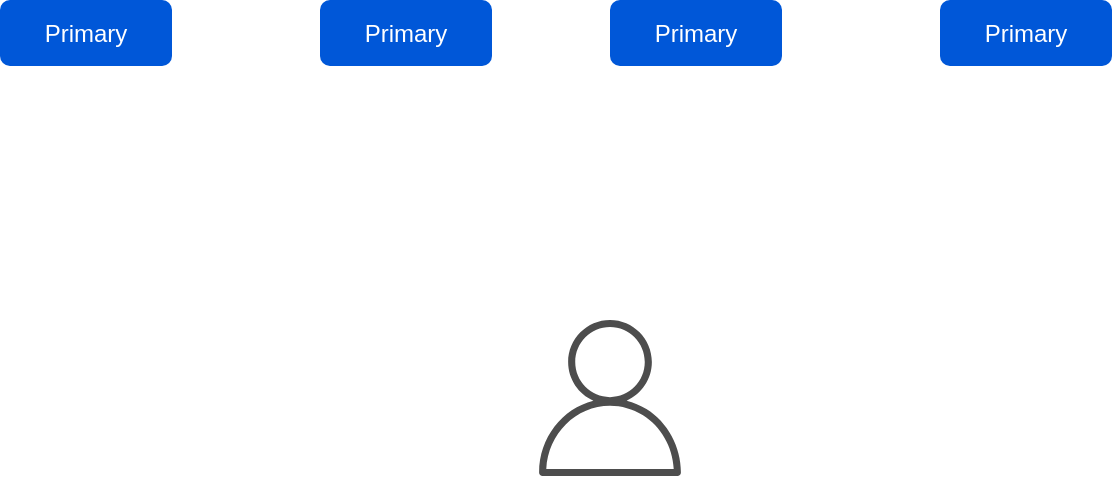
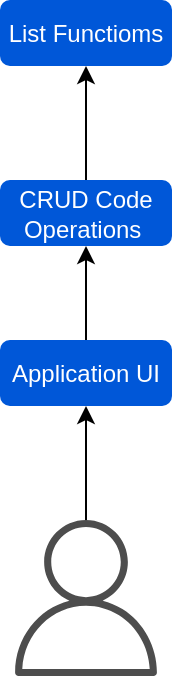
<mxfile host="65bd71144e">
    <diagram id="7uJJPSO2YvvefMAZBBVs" name="Page-1">
        <mxGraphModel dx="786" dy="513" grid="1" gridSize="10" guides="1" tooltips="1" connect="1" arrows="1" fold="1" page="1" pageScale="1" pageWidth="850" pageHeight="1100" math="0" shadow="0">
            <root>
                <mxCell id="0"/>
                <mxCell id="1" parent="0"/>
-                 <mxCell id="3" value="" style="sketch=0;outlineConnect=0;fontColor=#232F3E;gradientColor=none;fillColor=#4D4D4D;strokeColor=none;dashed=0;verticalLabelPosition=bottom;verticalAlign=top;align=center;html=1;fontSize=12;fontStyle=0;aspect=fixed;pointerEvents=1;shape=mxgraph.aws4.user;" vertex="1" parent="1">
-                     <mxGeometry x="386" y="350" width="78" height="78" as="geometry"/>
+                 <mxCell id="10" style="edgeStyle=none;html=1;entryX=0.5;entryY=1;entryDx=0;entryDy=0;" edge="1" parent="1" source="3" target="4">
+                     <mxGeometry relative="1" as="geometry"/>
                </mxCell>
-                 <mxCell id="4" value="Primary" style="rounded=1;fillColor=#0057D8;strokeColor=none;html=1;whiteSpace=wrap;fontColor=#ffffff;align=center;verticalAlign=middle;fontStyle=0;fontSize=12;sketch=0;" vertex="1" parent="1">
-                     <mxGeometry x="120" y="190" width="86" height="33" as="geometry"/>
+                 <mxCell id="3" value="" style="sketch=0;outlineConnect=0;fontColor=#232F3E;gradientColor=none;fillColor=#4D4D4D;strokeColor=none;dashed=0;verticalLabelPosition=bottom;verticalAlign=top;align=center;html=1;fontSize=12;fontStyle=0;aspect=fixed;pointerEvents=1;shape=mxgraph.aws4.user;" parent="1" vertex="1">
+                     <mxGeometry x="386" y="340" width="78" height="78" as="geometry"/>
                </mxCell>
-                 <mxCell id="5" value="Primary" style="rounded=1;fillColor=#0057D8;strokeColor=none;html=1;whiteSpace=wrap;fontColor=#ffffff;align=center;verticalAlign=middle;fontStyle=0;fontSize=12;sketch=0;" vertex="1" parent="1">
-                     <mxGeometry x="280" y="190" width="86" height="33" as="geometry"/>
+                 <mxCell id="11" style="edgeStyle=none;html=1;entryX=0.5;entryY=1;entryDx=0;entryDy=0;" edge="1" parent="1" source="4" target="5">
+                     <mxGeometry relative="1" as="geometry"/>
                </mxCell>
-                 <mxCell id="6" value="Primary" style="rounded=1;fillColor=#0057D8;strokeColor=none;html=1;whiteSpace=wrap;fontColor=#ffffff;align=center;verticalAlign=middle;fontStyle=0;fontSize=12;sketch=0;" vertex="1" parent="1">
-                     <mxGeometry x="425" y="190" width="86" height="33" as="geometry"/>
+                 <mxCell id="4" value="Application UI" style="rounded=1;fillColor=#0057D8;strokeColor=none;html=1;whiteSpace=wrap;fontColor=#ffffff;align=center;verticalAlign=middle;fontStyle=0;fontSize=12;sketch=0;" parent="1" vertex="1">
+                     <mxGeometry x="382" y="250" width="86" height="33" as="geometry"/>
                </mxCell>
-                 <mxCell id="7" value="Primary" style="rounded=1;fillColor=#0057D8;strokeColor=none;html=1;whiteSpace=wrap;fontColor=#ffffff;align=center;verticalAlign=middle;fontStyle=0;fontSize=12;sketch=0;" vertex="1" parent="1">
-                     <mxGeometry x="590" y="190" width="86" height="33" as="geometry"/>
+                 <mxCell id="12" style="edgeStyle=none;html=1;exitX=0.5;exitY=0;exitDx=0;exitDy=0;entryX=0.5;entryY=1;entryDx=0;entryDy=0;" edge="1" parent="1" source="5" target="7">
+                     <mxGeometry relative="1" as="geometry"/>
+                 </mxCell>
+                 <mxCell id="5" value="CRUD Code Operations&amp;nbsp;" style="rounded=1;fillColor=#0057D8;strokeColor=none;html=1;whiteSpace=wrap;fontColor=#ffffff;align=center;verticalAlign=middle;fontStyle=0;fontSize=12;sketch=0;" parent="1" vertex="1">
+                     <mxGeometry x="382" y="170" width="86" height="33" as="geometry"/>
+                 </mxCell>
+                 <mxCell id="7" value="List Functioms" style="rounded=1;fillColor=#0057D8;strokeColor=none;html=1;whiteSpace=wrap;fontColor=#ffffff;align=center;verticalAlign=middle;fontStyle=0;fontSize=12;sketch=0;" parent="1" vertex="1">
+                     <mxGeometry x="382" y="80" width="86" height="33" as="geometry"/>
                </mxCell>
            </root>
        </mxGraphModel>
    </diagram>
</mxfile>